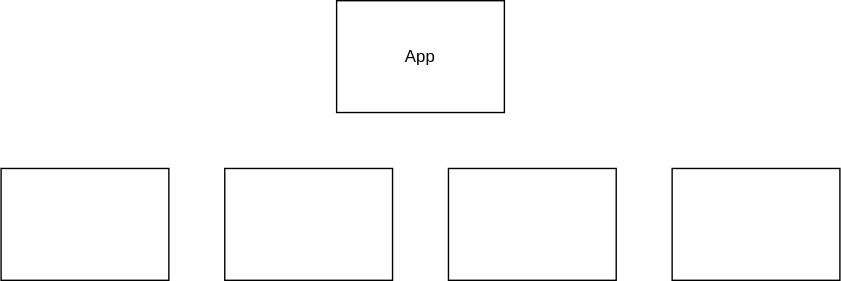
The draw.io diagram app-tony-and-joey-phase-2/.drawio.svg in TonySwearingen/Tony-and-Joey-Phase-2, before a commit. Source tidied: cells renumbered, new cells last; positions are measured from the earlier drawing's top-left corner, leaving out a move shared by most shapes. The source it was exported from:
```xml
<mxGraphModel>
  <root>
    <mxCell id="0" />
    <mxCell id="1" parent="0" />
    <mxCell id="2" value="App" style="rounded=0;whiteSpace=wrap;html=1;" parent="1" vertex="1">
      <mxGeometry x="240" width="120" height="80" as="geometry" />
    </mxCell>
    <mxCell id="3" style="rounded=0;whiteSpace=wrap;html=1;" parent="1" vertex="1">
      <mxGeometry x="160" y="120" width="120" height="80" as="geometry" />
    </mxCell>
    <mxCell id="4" style="rounded=0;whiteSpace=wrap;html=1;" parent="1" vertex="1">
      <mxGeometry y="120" width="120" height="80" as="geometry" />
    </mxCell>
    <mxCell id="5" style="rounded=0;whiteSpace=wrap;html=1;" parent="1" vertex="1">
      <mxGeometry x="320" y="120" width="120" height="80" as="geometry" />
    </mxCell>
    <mxCell id="6" style="rounded=0;whiteSpace=wrap;html=1;" parent="1" vertex="1">
      <mxGeometry x="480" y="120" width="120" height="80" as="geometry" />
    </mxCell>
  </root>
</mxGraphModel>
```
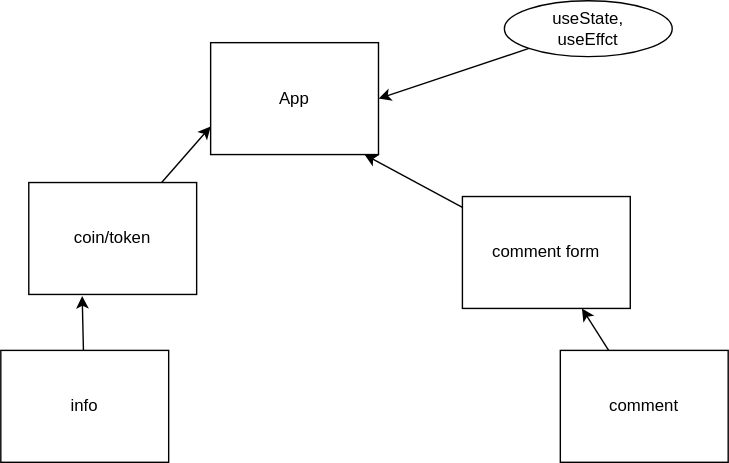
After the change.

Change to the diagram source:
```diff
@@ -5,17 +5,39 @@
     <mxCell id="2" value="App" style="rounded=0;whiteSpace=wrap;html=1;" parent="1" vertex="1">
       <mxGeometry x="240" width="120" height="80" as="geometry" />
     </mxCell>
+    <mxCell id="7" style="edgeStyle=none;html=1;entryX=0.318;entryY=1.013;entryDx=0;entryDy=0;entryPerimeter=0;" parent="1" edge="1" source="3" target="4">
+      <mxGeometry relative="1" as="geometry" />
+    </mxCell>
-    <mxCell id="3" style="rounded=0;whiteSpace=wrap;html=1;" parent="1" vertex="1">
-      <mxGeometry x="160" y="120" width="120" height="80" as="geometry" />
+    <mxCell id="3" value="info" style="rounded=0;whiteSpace=wrap;html=1;" parent="1" vertex="1">
+      <mxGeometry x="90" y="220" width="120" height="80" as="geometry" />
     </mxCell>
+    <mxCell id="8" style="edgeStyle=none;html=1;entryX=0;entryY=0.75;entryDx=0;entryDy=0;" parent="1" edge="1" source="4" target="2">
+      <mxGeometry relative="1" as="geometry" />
+    </mxCell>
-    <mxCell id="4" style="rounded=0;whiteSpace=wrap;html=1;" parent="1" vertex="1">
-      <mxGeometry y="120" width="120" height="80" as="geometry" />
+    <mxCell id="4" value="coin/token" style="rounded=0;whiteSpace=wrap;html=1;" parent="1" vertex="1">
+      <mxGeometry x="110" y="100" width="120" height="80" as="geometry" />
     </mxCell>
+    <mxCell id="9" style="edgeStyle=none;html=1;" parent="1" edge="1" source="5" target="2">
+      <mxGeometry relative="1" as="geometry">
+        <Array as="points">
+          <mxPoint x="350" y="80" />
+        </Array>
+      </mxGeometry>
+    </mxCell>
-    <mxCell id="5" style="rounded=0;whiteSpace=wrap;html=1;" parent="1" vertex="1">
-      <mxGeometry x="320" y="120" width="120" height="80" as="geometry" />
+    <mxCell id="5" value="comment form" style="rounded=0;whiteSpace=wrap;html=1;" parent="1" vertex="1">
+      <mxGeometry x="420" y="110" width="120" height="80" as="geometry" />
     </mxCell>
+    <mxCell id="10" style="edgeStyle=none;html=1;" parent="1" edge="1" source="6" target="5">
+      <mxGeometry relative="1" as="geometry" />
+    </mxCell>
-    <mxCell id="6" style="rounded=0;whiteSpace=wrap;html=1;" parent="1" vertex="1">
-      <mxGeometry x="480" y="120" width="120" height="80" as="geometry" />
+    <mxCell id="6" value="comment" style="rounded=0;whiteSpace=wrap;html=1;" parent="1" vertex="1">
+      <mxGeometry x="490" y="220" width="120" height="80" as="geometry" />
     </mxCell>
+    <mxCell id="11" style="edgeStyle=none;html=1;entryX=1;entryY=0.5;entryDx=0;entryDy=0;" parent="1" edge="1" source="12" target="2">
+      <mxGeometry relative="1" as="geometry" />
+    </mxCell>
+    <mxCell id="12" value="useState,&lt;br&gt;useEffct" style="ellipse;whiteSpace=wrap;html=1;" parent="1" vertex="1">
+      <mxGeometry x="450" y="-30" width="120" height="40" as="geometry" />
+    </mxCell>
   </root>
 </mxGraphModel>
```
